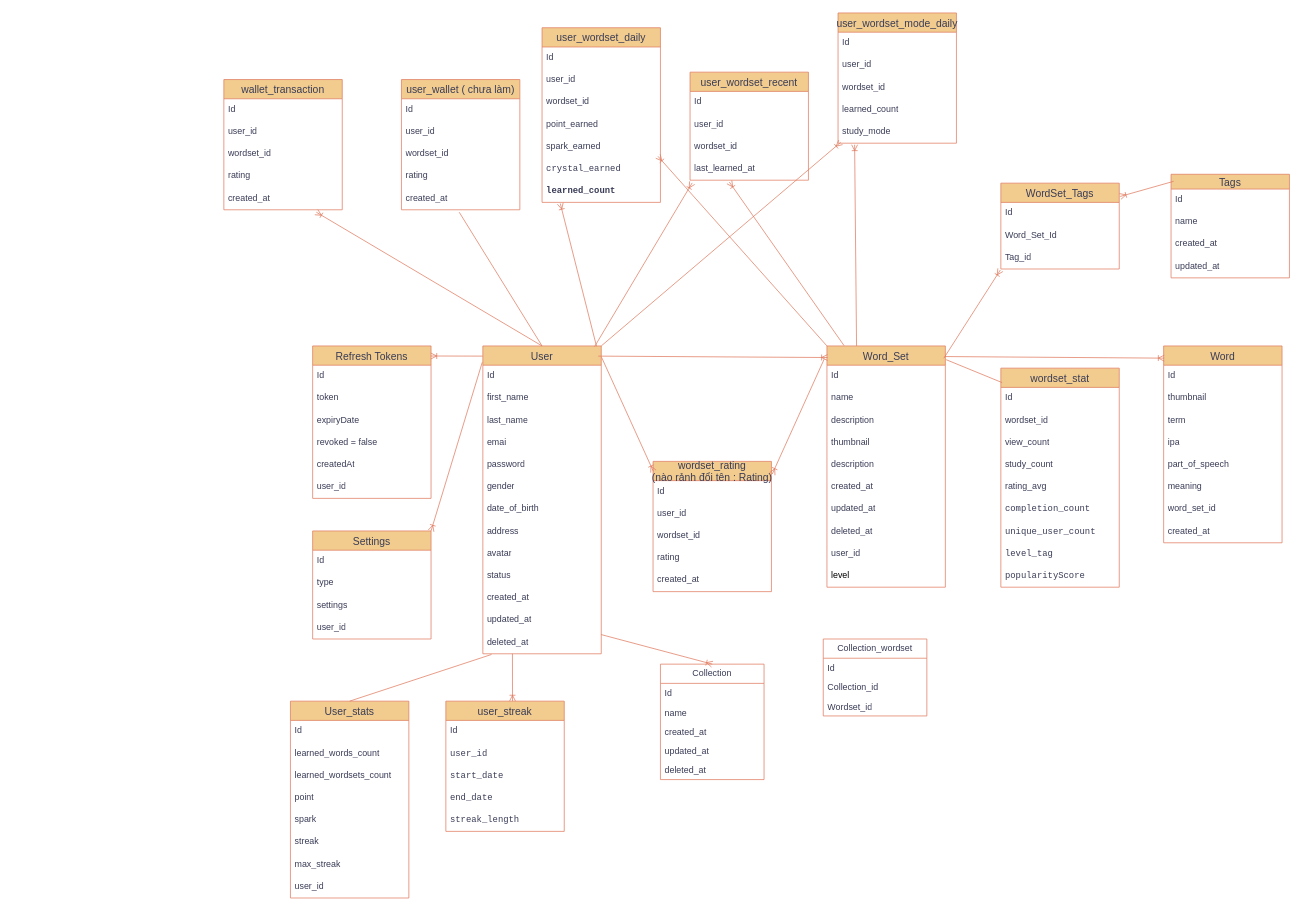
Before: diagram/RelationshipDiagram.drawio in NhatBunnn/Bunary-Backend, a draw.io diagram. Source tidied: cells renumbered, new cells numbered last; positions are measured from the earlier drawing's top-left corner, leaving out a move shared by most shapes. Both pictures are drawn from the tidied source at 74%, with x=0, y=0 at pixel (223, 13).
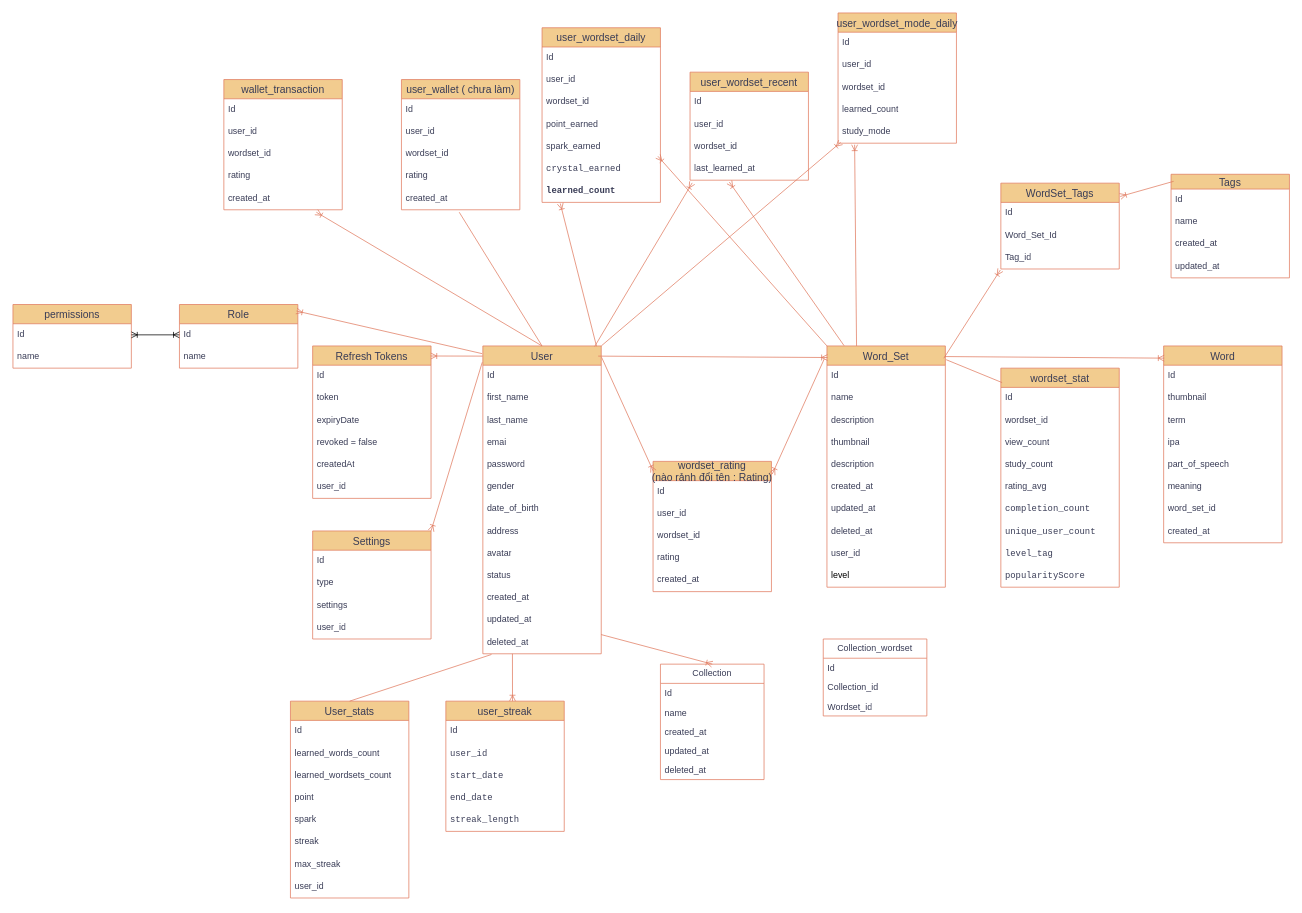
After the change.

Unchanged cells that the change refers to:
```xml
<mxCell id="2" value="User" style="swimlane;fontStyle=0;horizontal=1;startSize=26;align=center;fontSize=14;labelBackgroundColor=none;fillColor=#F2CC8F;strokeColor=#E07A5F;fontColor=#393C56;" parent="1" vertex="1">
  <mxGeometry x="350" y="450" width="160" height="416" as="geometry" />
</mxCell>
```

Diff of the diagram source:
```diff
@@
+    <mxCell id="149" value="permissions" style="swimlane;fontStyle=0;horizontal=1;startSize=26;align=center;fontSize=14;labelBackgroundColor=none;fillColor=#F2CC8F;strokeColor=#E07A5F;fontColor=#393C56;" parent="1" vertex="1">
+      <mxGeometry x="-285" y="394" width="160" height="86" as="geometry" />
+    </mxCell>
+    <mxCell id="150" value="Id" style="text;strokeColor=none;fillColor=none;spacingLeft=4;spacingRight=4;overflow=hidden;points=[[0,0.5],[1,0.5]];portConstraint=eastwest;fontSize=12;whiteSpace=wrap;html=1;labelBackgroundColor=none;fontColor=#393C56;" parent="149" vertex="1">
+      <mxGeometry y="26" width="160" height="30" as="geometry" />
+    </mxCell>
+    <mxCell id="151" value="name" style="text;strokeColor=none;fillColor=none;spacingLeft=4;spacingRight=4;overflow=hidden;fontSize=12;whiteSpace=wrap;html=1;labelBackgroundColor=none;fontColor=#393C56;" parent="149" vertex="1">
+      <mxGeometry y="56" width="160" height="30" as="geometry" />
+    </mxCell>
+    <mxCell id="152" value="Role" style="swimlane;fontStyle=0;horizontal=1;startSize=26;align=center;fontSize=14;labelBackgroundColor=none;fillColor=#F2CC8F;strokeColor=#E07A5F;fontColor=#393C56;" parent="1" vertex="1">
+      <mxGeometry x="-60" y="394" width="160" height="86" as="geometry" />
+    </mxCell>
+    <mxCell id="153" value="Id" style="text;strokeColor=none;fillColor=none;spacingLeft=4;spacingRight=4;overflow=hidden;points=[[0,0.5],[1,0.5]];portConstraint=eastwest;fontSize=12;whiteSpace=wrap;html=1;labelBackgroundColor=none;fontColor=#393C56;" parent="152" vertex="1">
+      <mxGeometry y="26" width="160" height="30" as="geometry" />
+    </mxCell>
+    <mxCell id="154" value="name" style="text;strokeColor=none;fillColor=none;spacingLeft=4;spacingRight=4;overflow=hidden;fontSize=12;whiteSpace=wrap;html=1;labelBackgroundColor=none;fontColor=#393C56;" parent="152" vertex="1">
+      <mxGeometry y="56" width="160" height="30" as="geometry" />
+    </mxCell>
+    <mxCell id="155" style="fontSize=12;html=1;endArrow=ERoneToMany;startArrow=ERoneToMany;rounded=0;exitX=1;exitY=0.5;exitDx=0;exitDy=0;entryX=0;entryY=0.5;entryDx=0;entryDy=0;" parent="1" edge="1" source="150" target="153">
+      <mxGeometry relative="1" as="geometry" />
+    </mxCell>
+    <mxCell id="156" style="fontSize=12;html=1;endArrow=ERoneToMany;rounded=0;exitX=-0.006;exitY=0.025;exitDx=0;exitDy=0;exitPerimeter=0;entryX=0.988;entryY=0.102;entryDx=0;entryDy=0;entryPerimeter=0;labelBackgroundColor=none;fontColor=default;strokeColor=#E07A5F;" parent="1" edge="1" source="2" target="152">
+      <mxGeometry relative="1" as="geometry" />
+    </mxCell>
```
